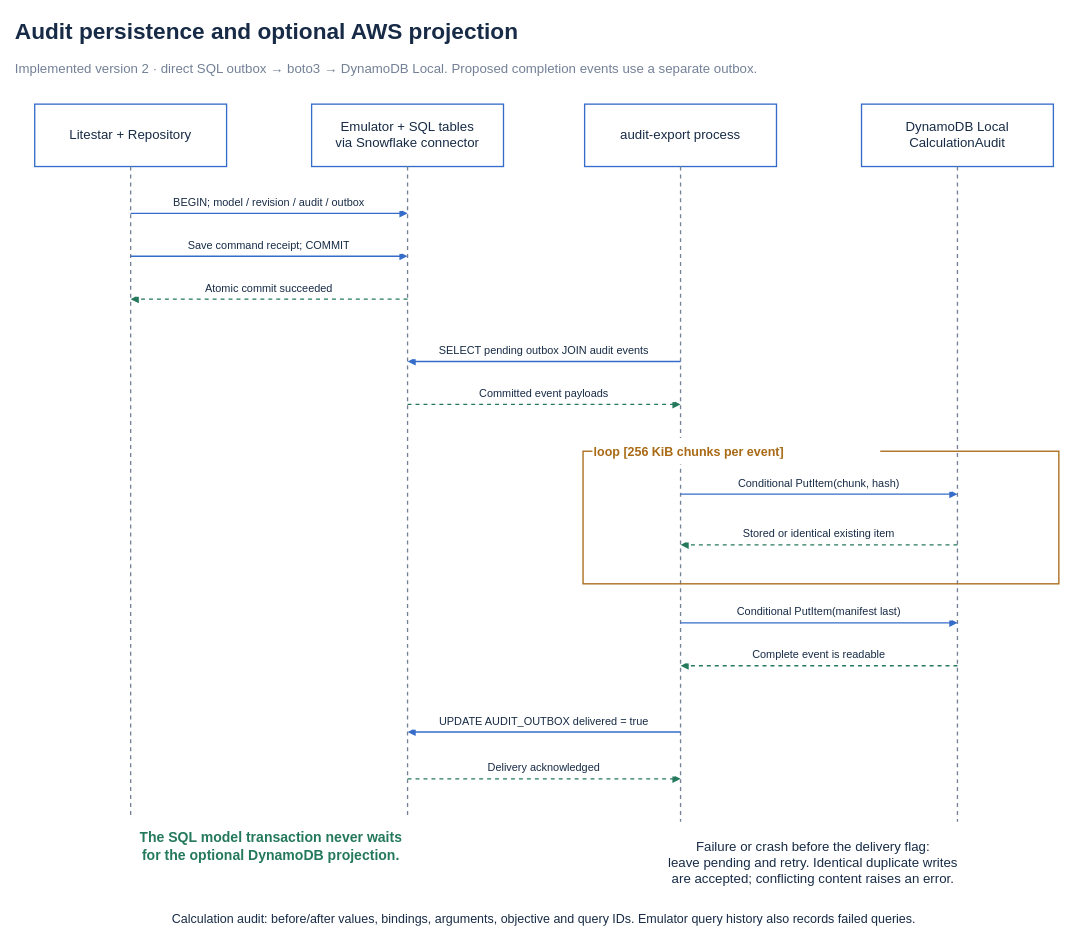
Above: page "07 Audit sequence" (7 of 17) of architecture/calculation-architecture.drawio in lumyslinski/pacific-life (draw.io), before the change. Source tidied: cells renumbered, new cells numbered last; positions are measured from the earlier drawing's top-left corner, leaving out a move shared by most shapes. Both pictures are drawn from the tidied source at 78%, with x=0, y=0 at pixel (13, 13).
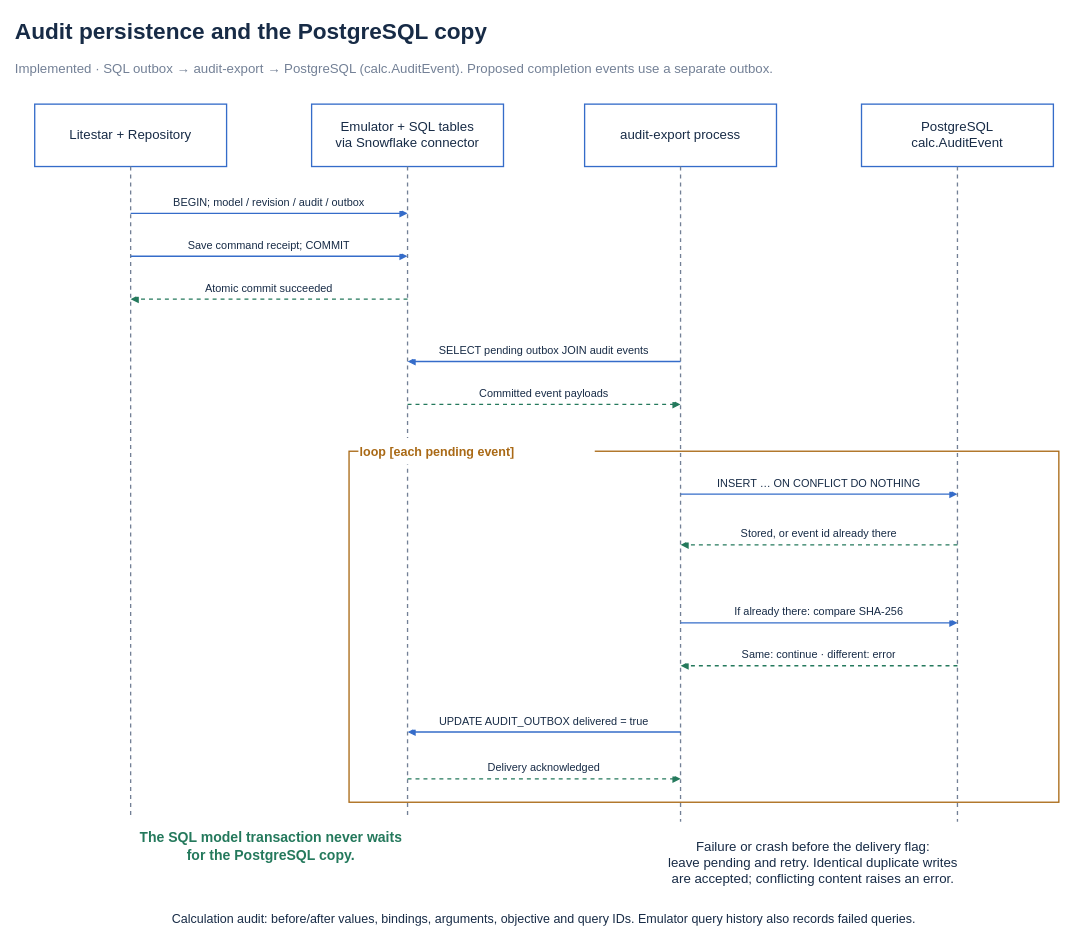
After the change.

Change to the diagram source:
```diff
@@
-    <mxCell id="2" value="Audit persistence and optional AWS projection" style="html=0;fontFamily=Arial;fontColor=#172B46;labelBackgroundColor=#FFFFFF;labelBorderColor=none;text;whiteSpace=wrap;overflow=hidden;fillColor=#FFFFFF;strokeColor=none;align=left;verticalAlign=middle;fontSize=29;fontStyle=1;fontColor=#172B46;" parent="1" vertex="1">
+    <mxCell id="2" value="Audit persistence and the PostgreSQL copy" style="html=0;fontFamily=Arial;fontColor=#172B46;labelBackgroundColor=#FFFFFF;labelBorderColor=none;text;whiteSpace=wrap;overflow=hidden;fillColor=#FFFFFF;strokeColor=none;align=left;verticalAlign=middle;fontSize=29;fontStyle=1;fontColor=#172B46;" parent="1" vertex="1">
       <mxGeometry width="1360" height="46" as="geometry" />
     </mxCell>
-    <mxCell id="3" value="Implemented version 2 · direct SQL outbox → boto3 → DynamoDB Local. Proposed completion events use a separate outbox." style="html=0;fontFamily=Arial;fontColor=#172B46;labelBackgroundColor=#FFFFFF;labelBorderColor=none;text;whiteSpace=wrap;overflow=hidden;fillColor=#FFFFFF;strokeColor=none;align=left;verticalAlign=middle;fontSize=17;fontStyle=0;fontColor=#738096;" parent="1" vertex="1">
+    <mxCell id="3" value="Implemented · SQL outbox → audit-export → PostgreSQL (calc.AuditEvent). Proposed completion events use a separate outbox." style="html=0;fontFamily=Arial;fontColor=#172B46;labelBackgroundColor=#FFFFFF;labelBorderColor=none;text;whiteSpace=wrap;overflow=hidden;fillColor=#FFFFFF;strokeColor=none;align=left;verticalAlign=middle;fontSize=17;fontStyle=0;fontColor=#738096;" parent="1" vertex="1">
       <mxGeometry y="54" width="1360" height="34" as="geometry" />
     </mxCell>
@@
-    <mxCell id="14" value="DynamoDB Local&#10;CalculationAudit" style="html=0;fontFamily=Arial;fontColor=#172B46;labelBackgroundColor=#FFFFFF;labelBorderColor=none;text;whiteSpace=wrap;overflow=hidden;fillColor=#FFFFFF;strokeColor=none;align=center;verticalAlign=middle;fontSize=17;fontStyle=0;fontColor=#172B46;" parent="1" vertex="1">
+    <mxCell id="14" value="PostgreSQL&#10;calc.AuditEvent" style="html=0;fontFamily=Arial;fontColor=#172B46;labelBackgroundColor=#FFFFFF;labelBorderColor=none;text;whiteSpace=wrap;overflow=hidden;fillColor=#FFFFFF;strokeColor=none;align=center;verticalAlign=middle;fontSize=17;fontStyle=0;fontColor=#172B46;" parent="1" vertex="1">
       <mxGeometry x="1099" y="126" width="222" height="60" as="geometry" />
     </mxCell>
@@
     <mxCell id="26" style="html=0;fontFamily=Arial;fontColor=#172B46;labelBackgroundColor=#FFFFFF;labelBorderColor=none;rounded=0;fillColor=none;strokeColor=#A96915;strokeWidth=1.7;dashed=0;" parent="1" vertex="1">
-      <mxGeometry x="730" y="561" width="610" height="170" as="geometry" />
+      <mxGeometry x="430" y="561" width="910" height="450" as="geometry" />
     </mxCell>
-    <mxCell id="27" value="loop [256 KiB chunks per event]" style="html=0;fontFamily=Arial;fontColor=#172B46;labelBackgroundColor=#FFFFFF;labelBorderColor=none;text;whiteSpace=wrap;overflow=hidden;fillColor=#FFFFFF;strokeColor=none;align=left;verticalAlign=middle;fontSize=16;fontStyle=1;fontColor=#A96915;" parent="1" vertex="1">
-      <mxGeometry x="742" y="544" width="369" height="34" as="geometry" />
+    <mxCell id="27" value="loop [each pending event]" style="html=0;fontFamily=Arial;fontColor=#172B46;labelBackgroundColor=#FFFFFF;labelBorderColor=none;text;whiteSpace=wrap;overflow=hidden;fillColor=#FFFFFF;strokeColor=none;align=left;verticalAlign=middle;fontSize=16;fontStyle=1;fontColor=#A96915;" parent="1" vertex="1">
+      <mxGeometry x="442" y="544" width="303" height="34" as="geometry" />
     </mxCell>
@@
-    <mxCell id="29" value="Conditional PutItem(chunk, hash)" style="html=0;fontFamily=Arial;fontColor=#172B46;labelBackgroundColor=#FFFFFF;labelBorderColor=none;text;whiteSpace=wrap;overflow=hidden;fillColor=#FFFFFF;strokeColor=none;align=center;verticalAlign=middle;fontSize=14;fontStyle=0;fontColor=#172B46;" parent="1" vertex="1">
+    <mxCell id="29" value="INSERT … ON CONFLICT DO NOTHING" style="html=0;fontFamily=Arial;fontColor=#172B46;labelBackgroundColor=#FFFFFF;labelBorderColor=none;text;whiteSpace=wrap;overflow=hidden;fillColor=#FFFFFF;strokeColor=none;align=center;verticalAlign=middle;fontSize=14;fontStyle=0;fontColor=#172B46;" parent="1" vertex="1">
       <mxGeometry x="862" y="590" width="341" height="23" as="geometry" />
     </mxCell>
@@
-    <mxCell id="31" value="Stored or identical existing item" style="html=0;fontFamily=Arial;fontColor=#172B46;labelBackgroundColor=#FFFFFF;labelBorderColor=none;text;whiteSpace=wrap;overflow=hidden;fillColor=#FFFFFF;strokeColor=none;align=center;verticalAlign=middle;fontSize=14;fontStyle=0;fontColor=#172B46;" parent="1" vertex="1">
+    <mxCell id="31" value="Stored, or event id already there" style="html=0;fontFamily=Arial;fontColor=#172B46;labelBackgroundColor=#FFFFFF;labelBorderColor=none;text;whiteSpace=wrap;overflow=hidden;fillColor=#FFFFFF;strokeColor=none;align=center;verticalAlign=middle;fontSize=14;fontStyle=0;fontColor=#172B46;" parent="1" vertex="1">
       <mxGeometry x="862" y="655" width="341" height="23" as="geometry" />
     </mxCell>
@@
-    <mxCell id="33" value="Conditional PutItem(manifest last)" style="html=0;fontFamily=Arial;fontColor=#172B46;labelBackgroundColor=#FFFFFF;labelBorderColor=none;text;whiteSpace=wrap;overflow=hidden;fillColor=#FFFFFF;strokeColor=none;align=center;verticalAlign=middle;fontSize=14;fontStyle=0;fontColor=#172B46;" parent="1" vertex="1">
+    <mxCell id="33" value="If already there: compare SHA-256" style="html=0;fontFamily=Arial;fontColor=#172B46;labelBackgroundColor=#FFFFFF;labelBorderColor=none;text;whiteSpace=wrap;overflow=hidden;fillColor=#FFFFFF;strokeColor=none;align=center;verticalAlign=middle;fontSize=14;fontStyle=0;fontColor=#172B46;" parent="1" vertex="1">
       <mxGeometry x="862" y="755" width="341" height="23" as="geometry" />
     </mxCell>
@@
-    <mxCell id="35" value="Complete event is readable" style="html=0;fontFamily=Arial;fontColor=#172B46;labelBackgroundColor=#FFFFFF;labelBorderColor=none;text;whiteSpace=wrap;overflow=hidden;fillColor=#FFFFFF;strokeColor=none;align=center;verticalAlign=middle;fontSize=14;fontStyle=0;fontColor=#172B46;" parent="1" vertex="1">
+    <mxCell id="35" value="Same: continue · different: error" style="html=0;fontFamily=Arial;fontColor=#172B46;labelBackgroundColor=#FFFFFF;labelBorderColor=none;text;whiteSpace=wrap;overflow=hidden;fillColor=#FFFFFF;strokeColor=none;align=center;verticalAlign=middle;fontSize=14;fontStyle=0;fontColor=#172B46;" parent="1" vertex="1">
       <mxGeometry x="862" y="810" width="341" height="23" as="geometry" />
     </mxCell>
@@
-    <mxCell id="40" value="The SQL model transaction never waits&#10;for the optional DynamoDB projection." style="html=0;fontFamily=Arial;fontColor=#172B46;labelBackgroundColor=#FFFFFF;labelBorderColor=none;text;whiteSpace=wrap;overflow=hidden;fillColor=#FFFFFF;strokeColor=none;align=center;verticalAlign=middle;fontSize=18;fontStyle=1;fontColor=#24795C;" parent="1" vertex="1">
+    <mxCell id="40" value="The SQL model transaction never waits&#10;for the PostgreSQL copy." style="html=0;fontFamily=Arial;fontColor=#172B46;labelBackgroundColor=#FFFFFF;labelBorderColor=none;text;whiteSpace=wrap;overflow=hidden;fillColor=#FFFFFF;strokeColor=none;align=center;verticalAlign=middle;fontSize=18;fontStyle=1;fontColor=#24795C;" parent="1" vertex="1">
       <mxGeometry x="35" y="1028" width="590" height="80" as="geometry" />
     </mxCell>
```
